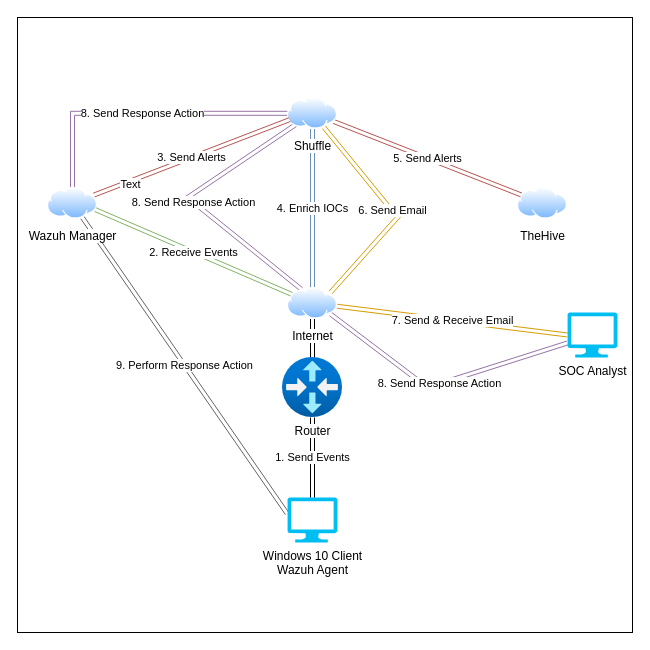
This is SOC Automation Lab Network XML.drawio from beersb/SOC-Automation-Lab, a draw.io file, before an edit. Source tidied: cells renumbered, new cells numbered last; positions are measured from the earlier drawing's top-left corner, leaving out a move shared by most shapes. Both pictures are drawn from the tidied source at 100%, with x=0, y=0 at pixel (17, 17).
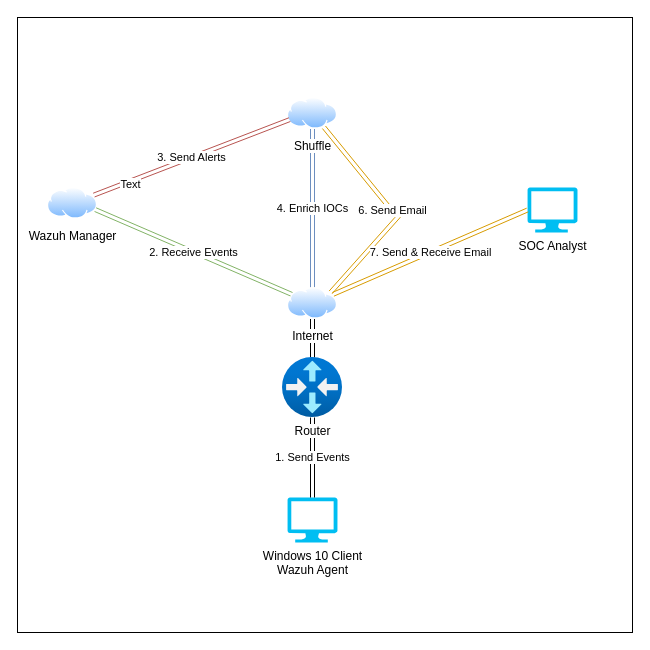
Above is the later version.

The change refers to these unchanged cells:
```xml
<mxCell id="9" value="Shuffle" style="image;perimeter=ellipsePerimeter;html=1;align=center;shadow=0;dashed=0;spacingTop=3;image=img/lib/active_directory/internet_cloud.svg;" parent="1" vertex="1">
  <mxGeometry x="270" y="80" width="50" height="31.5" as="geometry" />
</mxCell>
<mxCell id="11" value="Wazuh Manager" style="image;perimeter=ellipsePerimeter;html=1;align=center;shadow=0;dashed=0;spacingTop=3;image=img/lib/active_directory/internet_cloud.svg;" parent="1" vertex="1">
  <mxGeometry x="30" y="170" width="50" height="31.5" as="geometry" />
</mxCell>
<mxCell id="14" value="Internet" style="image;perimeter=ellipsePerimeter;html=1;align=center;shadow=0;dashed=0;spacingTop=3;image=img/lib/active_directory/internet_cloud.svg;labelPosition=center;verticalLabelPosition=bottom;verticalAlign=top;" parent="1" vertex="1">
  <mxGeometry x="270" y="270" width="50" height="31.5" as="geometry" />
</mxCell>
<mxCell id="15" value="Windows 10 Client&lt;div&gt;Wazuh Agent&lt;/div&gt;" style="verticalLabelPosition=bottom;html=1;verticalAlign=top;align=center;strokeColor=none;fillColor=#00BEF2;shape=mxgraph.azure.computer;" parent="1" vertex="1">
  <mxGeometry x="270" y="480" width="50" height="45" as="geometry" />
</mxCell>
```

The edit, as a diff of the source:
```diff
@@
-    <mxCell id="3" value="TheHive" style="image;perimeter=ellipsePerimeter;html=1;align=center;shadow=0;dashed=0;spacingTop=3;image=img/lib/active_directory/internet_cloud.svg;" parent="1" vertex="1">
-      <mxGeometry x="500" y="170" width="50" height="31.5" as="geometry" />
-    </mxCell>
@@
-    <mxCell id="5" value="5. Send Alerts" style="rounded=0;jettySize=auto;html=1;shape=link;fillColor=#f8cecc;strokeColor=#b85450;" parent="1" edge="1" source="9" target="3">
-      <mxGeometry relative="1" as="geometry" />
-    </mxCell>
@@
-    <mxCell id="7" value="8. Send Response Action" style="rounded=0;jettySize=auto;html=1;entryX=0.25;entryY=0;entryDx=0;entryDy=0;shape=link;fillColor=#e1d5e7;strokeColor=#9673a6;" parent="1" edge="1" source="9" target="14">
-      <mxGeometry relative="1" as="geometry">
-        <Array as="points">
-          <mxPoint x="170" y="180" />
-        </Array>
-      </mxGeometry>
-    </mxCell>
-    <mxCell id="8" value="8. Send Response Action" style="edgeStyle=orthogonalEdgeStyle;rounded=0;jettySize=auto;html=1;entryX=0.5;entryY=0;entryDx=0;entryDy=0;shape=link;fillColor=#e1d5e7;strokeColor=#9673a6;" parent="1" edge="1" source="9" target="11">
-      <mxGeometry relative="1" as="geometry" />
-    </mxCell>
@@
-    <mxCell id="10" value="9. Perform Response Action" style="rounded=0;jettySize=auto;html=1;entryX=-0.008;entryY=0.356;entryDx=0;entryDy=0;entryPerimeter=0;shape=link;fillColor=#f5f5f5;strokeColor=#666666;" parent="1" edge="1" source="11" target="15">
-      <mxGeometry relative="1" as="geometry" />
-    </mxCell>
@@
-    <mxCell id="16" value="8. Send Response Action" style="rounded=0;jettySize=auto;html=1;entryX=1;entryY=1;entryDx=0;entryDy=0;shape=link;fillColor=#e1d5e7;strokeColor=#9673a6;" parent="1" edge="1" source="17" target="14">
-      <mxGeometry relative="1" as="geometry">
-        <Array as="points">
-          <mxPoint x="410" y="370" />
-        </Array>
-      </mxGeometry>
-    </mxCell>
     <mxCell id="17" value="SOC Analyst" style="verticalLabelPosition=bottom;html=1;verticalAlign=top;align=center;strokeColor=none;fillColor=#00BEF2;shape=mxgraph.azure.computer;" parent="1" vertex="1">
-      <mxGeometry x="550" y="295" width="50" height="45" as="geometry" />
+      <mxGeometry x="510" y="170" width="50" height="45" as="geometry" />
     </mxCell>
```
